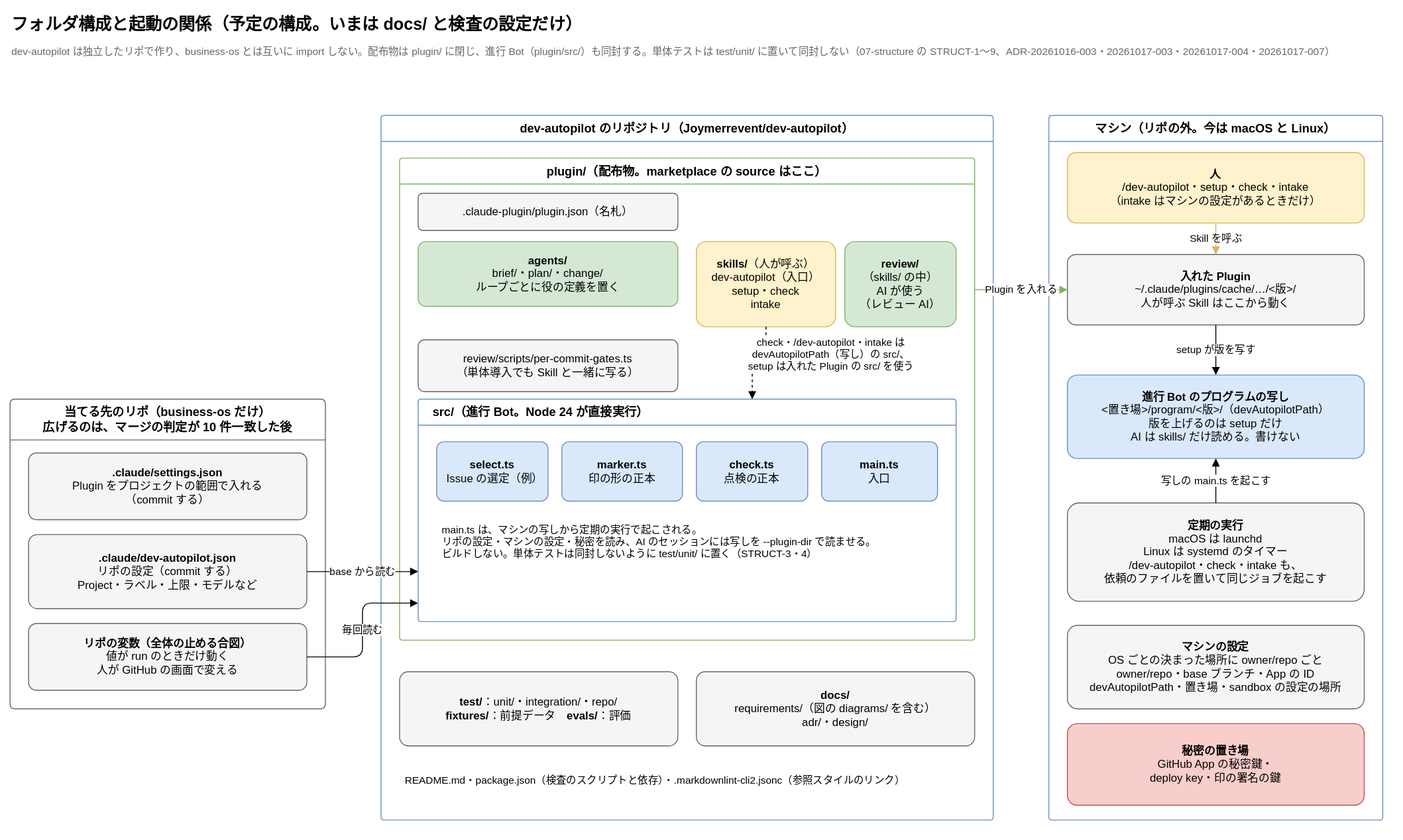
Earlier version of the draw.io export docs/requirements/diagrams/structure.drawio.svg (Joymerrevent/dev-autopilot). Source tidied: cells renumbered, new cells last; positions are measured from the earlier drawing's top-left corner, leaving out a move shared by most shapes.
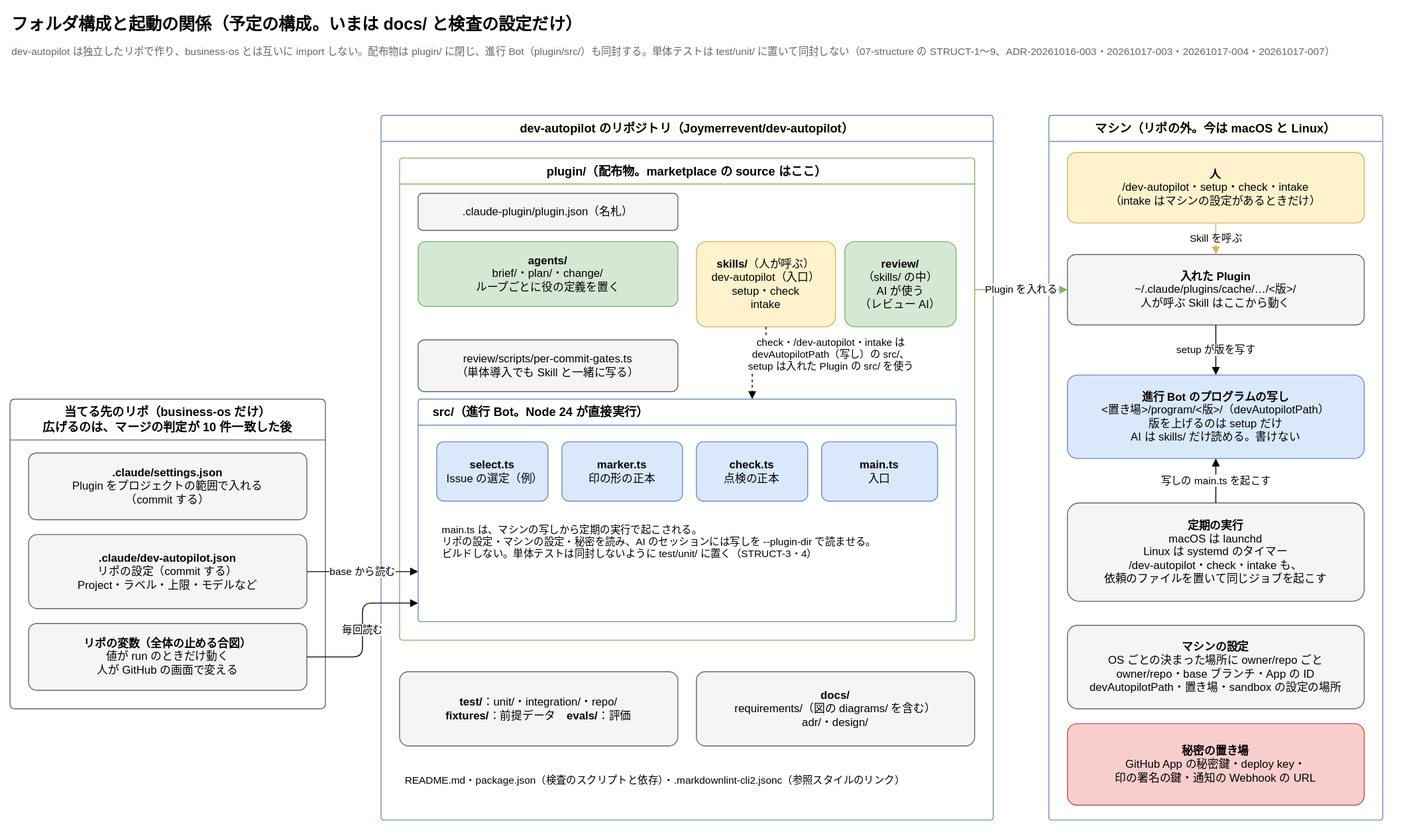
The same file after the commit.

Commit message:
docs: 要件の図 3 枚の秘密の置き場の箱に、通知の Webhook の URL を足す

隔離と鍵・全体の構成・フォルダ構成と起動の図の秘密の置き場の箱に、SAFE-1 で足した URL を足す。全体の構成の図は、箱の幅を変えて 3 行に収めた。

Claude-Session: https://claude.ai/code/session_01LvmXQN14Y95msvojZ6hWNP

The edit, as a diff of the source:
```diff
@@ -86,7 +86,7 @@
     <mxCell id="29" value="&lt;b&gt;マシンの設定&lt;/b&gt;&lt;br&gt;OS ごとの決まった場所に owner/repo ごと&lt;br&gt;owner/repo・base ブランチ・App の ID&lt;br&gt;devAutopilotPath・置き場・sandbox の設定の場所" style="rounded=1;whiteSpace=wrap;html=1;fontSize=12;arcSize=12;fillColor=#f5f5f5;strokeColor=#666666;spacing=12;" parent="24" vertex="1">
       <mxGeometry x="20" y="550" width="320" height="90" as="geometry" />
     </mxCell>
-    <mxCell id="30" value="&lt;b&gt;秘密の置き場&lt;/b&gt;&lt;br&gt;GitHub App の秘密鍵・&lt;br&gt;deploy key・印の署名の鍵" style="rounded=1;whiteSpace=wrap;html=1;fontSize=12;arcSize=12;fillColor=#f8cecc;strokeColor=#b85450;spacing=12;" parent="24" vertex="1">
+    <mxCell id="30" value="&lt;b&gt;秘密の置き場&lt;/b&gt;&lt;br&gt;GitHub App の秘密鍵・deploy key・&lt;br&gt;印の署名の鍵・通知の Webhook の URL" style="rounded=1;whiteSpace=wrap;html=1;fontSize=12;arcSize=12;fillColor=#f8cecc;strokeColor=#b85450;spacing=12;" parent="24" vertex="1">
       <mxGeometry x="20" y="656" width="320" height="88" as="geometry" />
     </mxCell>
     <mxCell id="31" value="Plugin を入れる" style="edgeStyle=orthogonalEdgeStyle;rounded=1;html=1;endArrow=block;endFill=1;fontSize=11;labelBackgroundColor=#ffffff;strokeColor=#82b366;exitX=1;exitY=0.273;exitDx=0;exitDy=0;entryX=0;entryY=0.5;entryDx=0;entryDy=0;" parent="1" edge="1" source="9" target="26">
```
